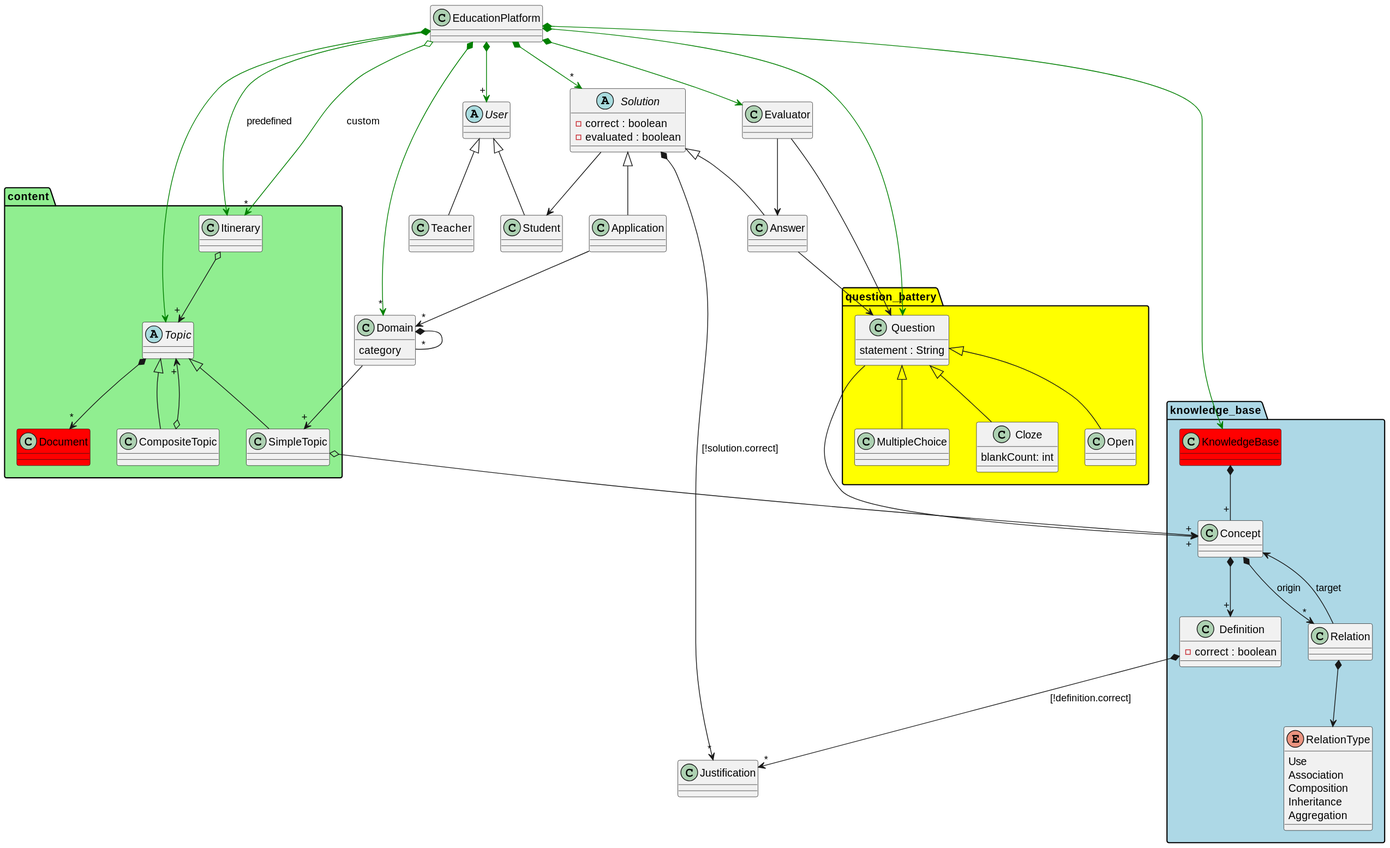
Above: out/Diagrams/EducationPlatform/Domain/EducationPlatformDomain.svg in jumpering/lab-turing (PlantUML), before the change.
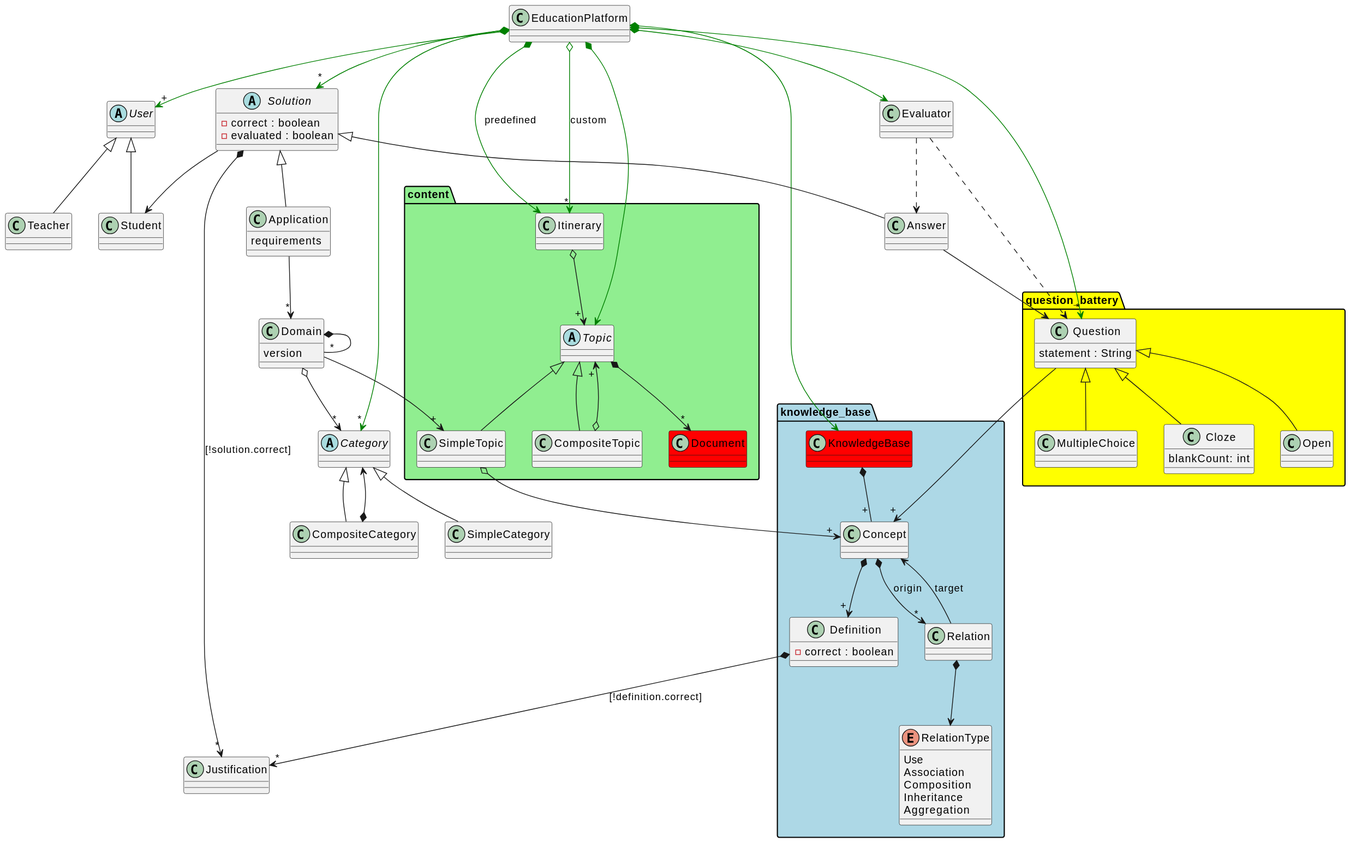
After the commit.

Commit message:
Add categories, version, requirements

Change to the diagram source:
```diff
@@ -5,7 +5,7 @@
 EducationPlatform o-[#green]-> "*" content.Itinerary : custom
 EducationPlatform *-[#green]-> Evaluator
 EducationPlatform *-[#green]-> "*" question_battery.Question
-EducationPlatform *-[#green]-> "*" Domain
+EducationPlatform *-[#green]-> "*" Category
 EducationPlatform *-[#green]-> "*" Solution
 EducationPlatform *-[#green]-> knowledge_base.KnowledgeBase
 
@@ -86,14 +86,24 @@
 
 }
 
+abstract Category {
+
+}
+Category <|-- CompositeCategory
+CompositeCategory *--> Category
+Category <|-- SimpleCategory
+
 class Domain{
-    category
+    version
 }
+Domain o--> "*" Category
 Domain --> "+" SimpleTopic
 Domain *-- "*" Domain
 
+
+
 class Application{
-
+  requirements
 }
 Application --> "*" Domain
 
@@ -121,6 +131,6 @@
 
 class Evaluator{
 }
-Evaluator --> question_battery.Question
-Evaluator --> Answer
+Evaluator ..> question_battery.Question
+Evaluator ..> Answer
 @enduml
```
